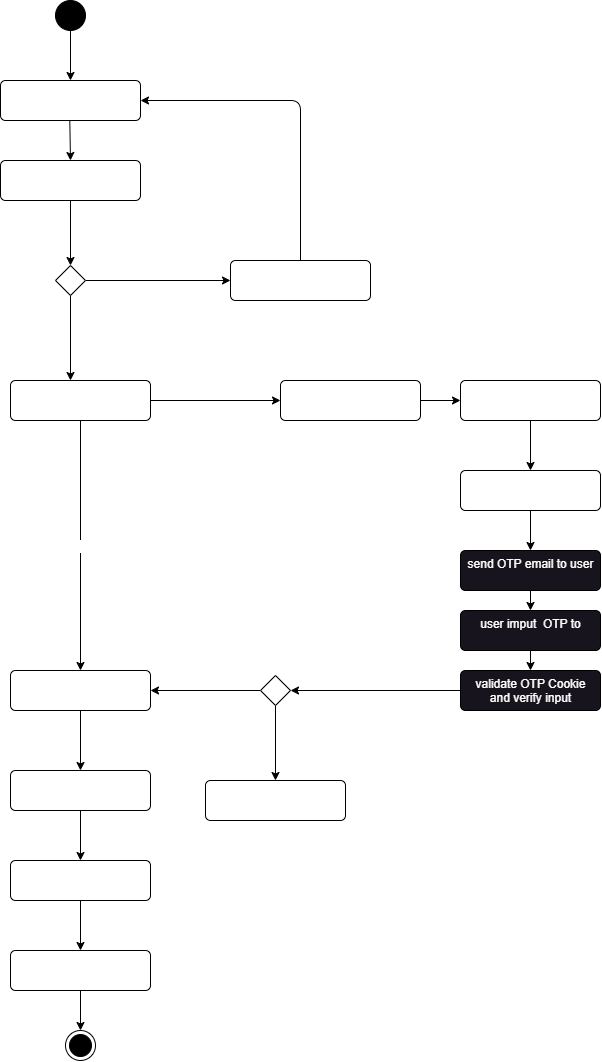
This is sequence/login.drawio.png from Vaultexe/diagrams, a draw.io export, as it was before one commit. Source tidied: cells renumbered, new cells last; positions are measured from the earlier drawing's top-left corner, leaving out a move shared by most shapes.
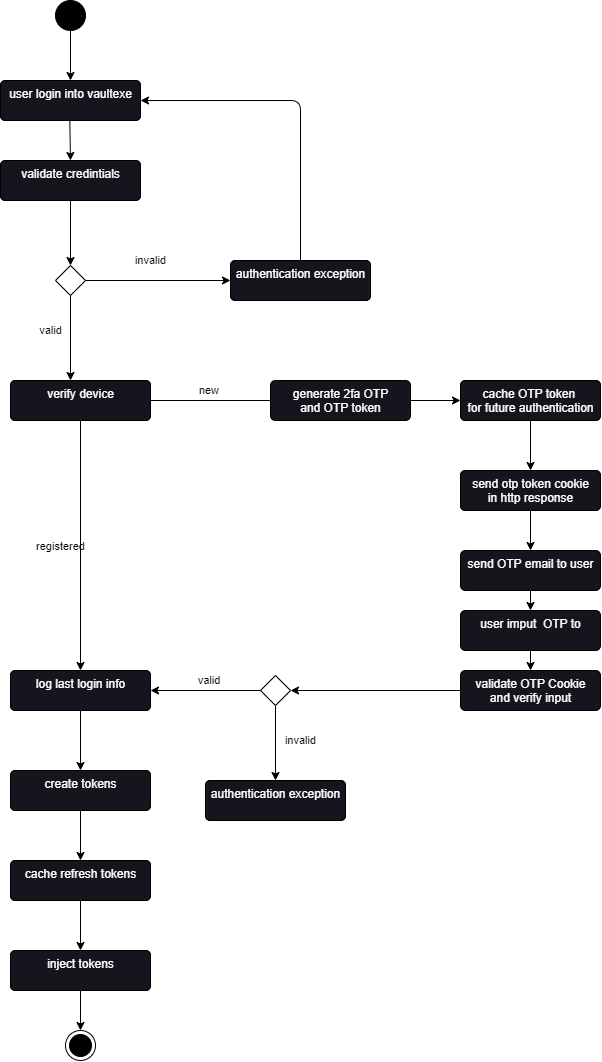
The same file after the commit.

The edit, as a diff of the source:
```diff
@@ -11,12 +11,12 @@
     <mxCell id="4" value="user login into vaultexe" style="html=1;align=center;verticalAlign=top;rounded=1;absoluteArcSize=1;arcSize=10;dashed=0;fontColor=#FFFFFF;" parent="1" vertex="1">
       <mxGeometry y="80" width="140" height="40" as="geometry" />
     </mxCell>
-    <mxCell id="5" value="invalid" style="edgeStyle=none;html=1;entryX=0;entryY=0.5;entryDx=0;entryDy=0;fontColor=#FFFFFF;" parent="1" edge="1" source="7" target="9">
+    <mxCell id="5" value="invalid" style="edgeStyle=none;html=1;entryX=0;entryY=0.5;entryDx=0;entryDy=0;fontColor=#000000;labelBackgroundColor=none;" parent="1" edge="1" source="7" target="9">
       <mxGeometry x="-0.1" y="20" relative="1" as="geometry">
         <mxPoint x="-1" as="offset" />
       </mxGeometry>
     </mxCell>
-    <mxCell id="6" value="valid" style="edgeStyle=none;html=1;fontColor=#FFFFFF;" parent="1" edge="1" source="7">
+    <mxCell id="6" value="valid" style="edgeStyle=none;html=1;fontColor=#000000;labelBackgroundColor=none;" parent="1" edge="1" source="7">
       <mxGeometry x="-0.18" y="-20" relative="1" as="geometry">
         <mxPoint x="70" y="380" as="targetPoint" />
         <mxPoint y="1" as="offset" />
@@ -47,23 +47,22 @@
     <mxCell id="12" style="edgeStyle=none;html=1;entryX=0.5;entryY=0;entryDx=0;entryDy=0;fontColor=#FFFFFF;exitX=0.5;exitY=1;exitDx=0;exitDy=0;" parent="1" edge="1" source="10" target="7">
       <mxGeometry relative="1" as="geometry" />
     </mxCell>
-    <mxCell id="13" value="new&amp;nbsp;" style="edgeStyle=none;html=1;fontColor=#FFFFFF;" parent="1" edge="1" source="15">
-      <mxGeometry x="-0.08" y="20" relative="1" as="geometry">
+    <mxCell id="13" value="new&amp;nbsp;" style="edgeStyle=none;html=1;fontColor=#000000;labelBackgroundColor=none;" parent="1" edge="1" source="15">
+      <mxGeometry x="-0.08" y="10" relative="1" as="geometry">
         <mxPoint x="280" y="400" as="targetPoint" />
       </mxGeometry>
     </mxCell>
-    <mxCell id="14" value="registered" style="edgeStyle=none;html=1;fontColor=#FFFFFF;entryX=0.5;entryY=0;entryDx=0;entryDy=0;" parent="1" edge="1" source="15" target="19">
+    <mxCell id="14" value="registered" style="edgeStyle=none;html=1;fontColor=#000000;entryX=0.5;entryY=0;entryDx=0;entryDy=0;labelBackgroundColor=none;" parent="1" edge="1" source="15" target="19">
       <mxGeometry y="-20" relative="1" as="geometry" />
     </mxCell>
     <mxCell id="15" value="verify device&amp;nbsp;" style="html=1;align=center;verticalAlign=top;rounded=1;absoluteArcSize=1;arcSize=10;dashed=0;fontColor=#FFFFFF;" parent="1" vertex="1">
       <mxGeometry x="10" y="380" width="140" height="40" as="geometry" />
     </mxCell>
-    <mxCell id="16" style="edgeStyle=none;html=1;entryX=0;entryY=0.5;entryDx=0;entryDy=0;fontColor=#FFFFFF;" parent="1" edge="1" source="17" target="28">
-      <mxGeometry relative="1" as="geometry" />
+    <mxCell id="16" style="edgeStyle=none;html=1;entryX=0;entryY=0.5;entryDx=0;entryDy=0;fontColor=#FFFFFF;" parent="1" edge="1" target="28">
+      <mxGeometry relative="1" as="geometry">
+        <mxPoint x="410" y="400" as="sourcePoint" />
+      </mxGeometry>
     </mxCell>
-    <mxCell id="17" value="generate 2fa OTP&lt;br&gt;and OTP token" style="html=1;align=center;verticalAlign=top;rounded=1;absoluteArcSize=1;arcSize=10;dashed=0;fontColor=#FFFFFF;" parent="1" vertex="1">
-      <mxGeometry x="280" y="380" width="140" height="40" as="geometry" />
-    </mxCell>
     <mxCell id="18" style="edgeStyle=none;html=1;fontColor=#FFFFFF;" parent="1" edge="1" source="19" target="20">
       <mxGeometry relative="1" as="geometry" />
     </mxCell>
@@ -106,7 +105,7 @@
     <mxCell id="29" style="edgeStyle=none;html=1;fontColor=#FFFFFF;" parent="1" edge="1" source="30" target="32">
       <mxGeometry relative="1" as="geometry" />
     </mxCell>
-    <mxCell id="30" value="send otp token cookie&lt;br&gt;in http response" style="html=1;align=center;verticalAlign=top;rounded=1;absoluteArcSize=1;arcSize=10;dashed=0;fontColor=#FFFFFF;" parent="1" vertex="1">
+    <mxCell id="30" value="send otp token cookie&lt;br&gt;in http response" style="html=1;align=center;verticalAlign=top;rounded=1;absoluteArcSize=1;arcSize=10;dashed=0;fontColor=#FFFFFF;labelBackgroundColor=default;" parent="1" vertex="1">
       <mxGeometry x="460" y="470" width="140" height="40" as="geometry" />
     </mxCell>
     <mxCell id="31" style="edgeStyle=none;html=1;fontColor=#FFFFFF;" parent="1" edge="1" source="32" target="34">
@@ -127,10 +126,10 @@
     <mxCell id="36" value="validate OTP Cookie &lt;br&gt;and verify input" style="html=1;align=center;verticalAlign=top;rounded=1;absoluteArcSize=1;arcSize=10;dashed=0;fontColor=#FFFFFF;fillColor=rgb(24, 20, 29);" parent="1" vertex="1">
       <mxGeometry x="460" y="670" width="140" height="40" as="geometry" />
     </mxCell>
-    <mxCell id="37" value="valid&amp;nbsp;" style="edgeStyle=none;html=1;entryX=1;entryY=0.5;entryDx=0;entryDy=0;fontColor=#FFFFFF;" parent="1" edge="1" source="39" target="19">
+    <mxCell id="37" value="valid&amp;nbsp;" style="edgeStyle=none;html=1;entryX=1;entryY=0.5;entryDx=0;entryDy=0;fontColor=#000000;labelBackgroundColor=none;" parent="1" edge="1" source="39" target="19">
       <mxGeometry x="-0.09" y="-10" relative="1" as="geometry" />
     </mxCell>
-    <mxCell id="38" value="invalid" style="edgeStyle=none;html=1;fontColor=#FFFFFF;" parent="1" edge="1" source="39" target="40">
+    <mxCell id="38" value="invalid" style="edgeStyle=none;html=1;fontColor=#000000;labelBackgroundColor=none;" parent="1" edge="1" source="39" target="40">
       <mxGeometry x="-0.07" y="25" relative="1" as="geometry">
         <mxPoint y="1" as="offset" />
       </mxGeometry>
@@ -141,5 +140,41 @@
     <mxCell id="40" value="authentication exception" style="html=1;align=center;verticalAlign=top;rounded=1;absoluteArcSize=1;arcSize=10;dashed=0;fontColor=#FFFFFF;" parent="1" vertex="1">
       <mxGeometry x="205" y="780" width="140" height="40" as="geometry" />
     </mxCell>
+    <mxCell id="17" value="&lt;div&gt;generate 2fa OTP&lt;/div&gt;&lt;div&gt;and OTP token&lt;/div&gt;" style="html=1;align=center;verticalAlign=top;rounded=1;absoluteArcSize=1;arcSize=10;dashed=0;fontColor=#FFFFFF;fillColor=rgb(24, 20, 29);" parent="1" vertex="1">
+      <mxGeometry x="270" y="380" width="140" height="40" as="geometry" />
+    </mxCell>
+    <mxCell id="41" value="&lt;div&gt;send otp token cookie&lt;/div&gt;&lt;div&gt;in http response&lt;/div&gt;" style="html=1;align=center;verticalAlign=top;rounded=1;absoluteArcSize=1;arcSize=10;dashed=0;fontColor=#FFFFFF;fillColor=rgb(24, 20, 29);" parent="1" vertex="1">
+      <mxGeometry x="460" y="470" width="140" height="40" as="geometry" />
+    </mxCell>
+    <mxCell id="42" value="cache OTP token &#10;for future authentication" style="html=1;align=center;verticalAlign=top;rounded=1;absoluteArcSize=1;arcSize=10;dashed=0;fontColor=#FFFFFF;fillColor=rgb(24, 20, 29);" parent="1" vertex="1">
+      <mxGeometry x="460" y="380" width="140" height="40" as="geometry" />
+    </mxCell>
+    <mxCell id="43" value="verify device" style="html=1;align=center;verticalAlign=top;rounded=1;absoluteArcSize=1;arcSize=10;dashed=0;fontColor=#FFFFFF;fillColor=rgb(24, 20, 29);" parent="1" vertex="1">
+      <mxGeometry x="10" y="380" width="140" height="40" as="geometry" />
+    </mxCell>
+    <mxCell id="44" value="authentication exception" style="html=1;align=center;verticalAlign=top;rounded=1;absoluteArcSize=1;arcSize=10;dashed=0;fontColor=#FFFFFF;fillColor=rgb(24, 20, 29);" parent="1" vertex="1">
+      <mxGeometry x="230" y="260" width="140" height="40" as="geometry" />
+    </mxCell>
+    <mxCell id="45" value="validate credintials" style="html=1;align=center;verticalAlign=top;rounded=1;absoluteArcSize=1;arcSize=10;dashed=0;fontColor=#FFFFFF;fillColor=rgb(24, 20, 29);" parent="1" vertex="1">
+      <mxGeometry y="160" width="140" height="40" as="geometry" />
+    </mxCell>
+    <mxCell id="46" value="user login into vaultexe" style="html=1;align=center;verticalAlign=top;rounded=1;absoluteArcSize=1;arcSize=10;dashed=0;fontColor=#FFFFFF;fillColor=rgb(24, 20, 29);" parent="1" vertex="1">
+      <mxGeometry y="80" width="140" height="40" as="geometry" />
+    </mxCell>
+    <mxCell id="47" value="log last login info" style="html=1;align=center;verticalAlign=top;rounded=1;absoluteArcSize=1;arcSize=10;dashed=0;fontColor=#FFFFFF;fillColor=rgb(24, 20, 29);" parent="1" vertex="1">
+      <mxGeometry x="10" y="670" width="140" height="40" as="geometry" />
+    </mxCell>
+    <mxCell id="48" value="create tokens" style="html=1;align=center;verticalAlign=top;rounded=1;absoluteArcSize=1;arcSize=10;dashed=0;fontColor=#FFFFFF;fillColor=rgb(24, 20, 29);" parent="1" vertex="1">
+      <mxGeometry x="10" y="770" width="140" height="40" as="geometry" />
+    </mxCell>
+    <mxCell id="49" value="cache refresh tokens" style="html=1;align=center;verticalAlign=top;rounded=1;absoluteArcSize=1;arcSize=10;dashed=0;fontColor=#FFFFFF;fillColor=rgb(24, 20, 29);" parent="1" vertex="1">
+      <mxGeometry x="10" y="860" width="140" height="40" as="geometry" />
+    </mxCell>
+    <mxCell id="50" value="inject tokens" style="html=1;align=center;verticalAlign=top;rounded=1;absoluteArcSize=1;arcSize=10;dashed=0;fontColor=#FFFFFF;fillColor=rgb(24, 20, 29);" parent="1" vertex="1">
+      <mxGeometry x="10" y="950" width="140" height="40" as="geometry" />
+    </mxCell>
+    <mxCell id="51" value="authentication exception" style="html=1;align=center;verticalAlign=top;rounded=1;absoluteArcSize=1;arcSize=10;dashed=0;fontColor=#FFFFFF;fillColor=rgb(24, 20, 29);" parent="1" vertex="1">
+      <mxGeometry x="205" y="780" width="140" height="40" as="geometry" />
+    </mxCell>
   </root>
 </mxGraphModel>
```
